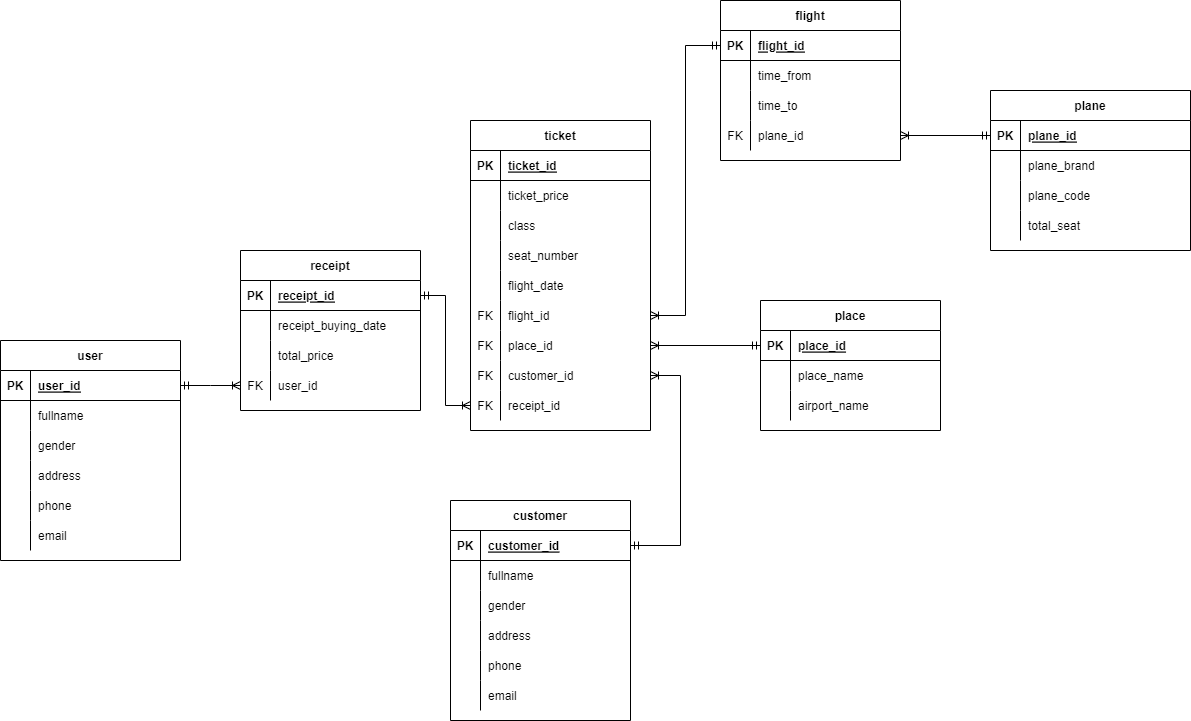
Earlier version of the draw.io export database/Database.png (GumBox/CloudAirlineG8). Source tidied: cells renumbered, new cells last; positions are measured from the earlier drawing's top-left corner, leaving out a move shared by most shapes.
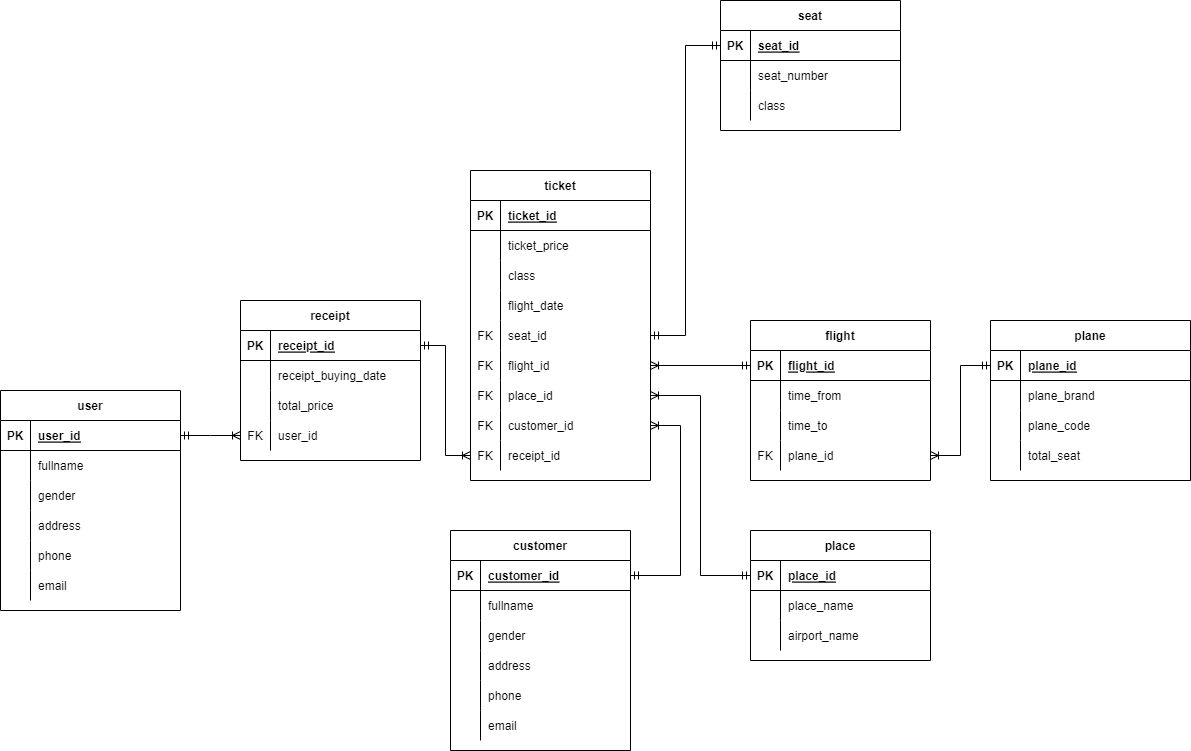
After the commit.

Diff of the diagram source:
```diff
@@ -3,7 +3,7 @@
     <mxCell id="0" />
     <mxCell id="1" parent="0" />
     <mxCell id="2" value="customer" style="shape=table;startSize=30;rowLines=0;fontStyle=1;align=center;" parent="1" vertex="1">
-      <mxGeometry x="450" y="500" width="180" height="220" as="geometry" />
+      <mxGeometry x="450" y="480" width="180" height="220" as="geometry" />
     </mxCell>
     <mxCell id="3" style="shape=tableRow;horizontal=0;startSize=0;swimlaneHead=0;swimlaneBody=0;fillColor=none;points=[[0,0.5],[1,0.5]];portConstraint=eastwest;top=0;left=0;right=0;bottom=1;" parent="2" vertex="1">
       <mxGeometry y="30" width="180" height="30" as="geometry" />
@@ -89,24 +89,24 @@
     <mxCell id="30" value="class" style="shape=partialRectangle;fillColor=none;top=0;left=0;bottom=0;right=0;align=left;spacingLeft=6;overflow=hidden;" parent="28" vertex="1">
       <mxGeometry x="30" width="150" height="30" as="geometry" />
     </mxCell>
+    <mxCell id="34" style="shape=tableRow;horizontal=0;startSize=0;swimlaneHead=0;swimlaneBody=0;fillColor=none;top=0;left=0;right=0;bottom=0;" parent="21" vertex="1">
+      <mxGeometry y="120" width="180" height="30" as="geometry" />
+    </mxCell>
+    <mxCell id="35" style="shape=partialRectangle;fillColor=none;top=0;left=0;bottom=0;right=0;overflow=hidden;" parent="34" vertex="1">
+      <mxGeometry width="30" height="30" as="geometry" />
+    </mxCell>
+    <mxCell id="36" value="flight_date" style="shape=partialRectangle;fillColor=none;top=0;left=0;bottom=0;right=0;align=left;spacingLeft=6;overflow=hidden;" parent="34" vertex="1">
+      <mxGeometry x="30" width="150" height="30" as="geometry" />
+    </mxCell>
     <mxCell id="31" style="shape=tableRow;horizontal=0;startSize=0;swimlaneHead=0;swimlaneBody=0;fillColor=none;points=[[0,0.5],[1,0.5]];portConstraint=eastwest;top=0;left=0;right=0;bottom=0;" parent="21" vertex="1">
-      <mxGeometry y="120" width="180" height="30" as="geometry" />
+      <mxGeometry y="150" width="180" height="30" as="geometry" />
     </mxCell>
-    <mxCell id="32" style="shape=partialRectangle;fillColor=none;top=0;left=0;bottom=0;right=0;overflow=hidden;" parent="31" vertex="1">
+    <mxCell id="32" value="FK" style="shape=partialRectangle;fillColor=none;top=0;left=0;bottom=0;right=0;overflow=hidden;" parent="31" vertex="1">
       <mxGeometry width="30" height="30" as="geometry" />
     </mxCell>
-    <mxCell id="33" value="seat_number" style="shape=partialRectangle;fillColor=none;top=0;left=0;bottom=0;right=0;align=left;spacingLeft=6;overflow=hidden;" parent="31" vertex="1">
+    <mxCell id="33" value="seat_id" style="shape=partialRectangle;fillColor=none;top=0;left=0;bottom=0;right=0;align=left;spacingLeft=6;overflow=hidden;" parent="31" vertex="1">
       <mxGeometry x="30" width="150" height="30" as="geometry" />
     </mxCell>
-    <mxCell id="34" style="shape=tableRow;horizontal=0;startSize=0;swimlaneHead=0;swimlaneBody=0;fillColor=none;top=0;left=0;right=0;bottom=0;" parent="21" vertex="1">
-      <mxGeometry y="150" width="180" height="30" as="geometry" />
-    </mxCell>
-    <mxCell id="35" style="shape=partialRectangle;fillColor=none;top=0;left=0;bottom=0;right=0;overflow=hidden;" parent="34" vertex="1">
-      <mxGeometry width="30" height="30" as="geometry" />
-    </mxCell>
-    <mxCell id="36" value="flight_date" style="shape=partialRectangle;fillColor=none;top=0;left=0;bottom=0;right=0;align=left;spacingLeft=6;overflow=hidden;" parent="34" vertex="1">
-      <mxGeometry x="30" width="150" height="30" as="geometry" />
-    </mxCell>
     <mxCell id="37" style="shape=tableRow;horizontal=0;startSize=0;swimlaneHead=0;swimlaneBody=0;fillColor=none;points=[[0,0.5],[1,0.5]];portConstraint=eastwest;top=0;left=0;right=0;bottom=0;" parent="21" vertex="1">
       <mxGeometry y="180" width="180" height="30" as="geometry" />
     </mxCell>
@@ -144,7 +144,7 @@
       <mxGeometry x="30" width="150" height="30" as="geometry" />
     </mxCell>
     <mxCell id="49" value="flight" style="shape=table;startSize=30;rowLines=0;fontStyle=1;align=center;verticalAlign=middle;" parent="1" vertex="1">
-      <mxGeometry x="720" width="180" height="160" as="geometry" />
+      <mxGeometry x="750" y="270" width="180" height="160" as="geometry" />
     </mxCell>
     <mxCell id="50" style="shape=tableRow;horizontal=0;startSize=0;swimlaneHead=0;swimlaneBody=0;fillColor=none;points=[[0,0.5],[1,0.5]];portConstraint=eastwest;top=0;left=0;right=0;bottom=1;" parent="49" vertex="1">
       <mxGeometry y="30" width="180" height="30" as="geometry" />
@@ -183,7 +183,7 @@
       <mxGeometry x="30" width="150" height="30" as="geometry" />
     </mxCell>
     <mxCell id="62" value="place" style="shape=table;startSize=30;rowLines=0;fontStyle=1;align=center;verticalAlign=middle;" parent="1" vertex="1">
-      <mxGeometry x="760" y="300" width="180" height="130" as="geometry" />
+      <mxGeometry x="750" y="480" width="180" height="130" as="geometry" />
     </mxCell>
     <mxCell id="63" style="shape=tableRow;horizontal=0;startSize=0;swimlaneHead=0;swimlaneBody=0;fillColor=none;points=[[0,0.5],[1,0.5]];portConstraint=eastwest;top=0;left=0;right=0;bottom=1;" parent="62" vertex="1">
       <mxGeometry y="30" width="180" height="30" as="geometry" />
@@ -321,7 +321,7 @@
       <mxGeometry relative="1" as="geometry" />
     </mxCell>
     <mxCell id="108" value="plane" style="shape=table;startSize=30;rowLines=0;fontStyle=1;align=center;verticalAlign=middle;" parent="1" vertex="1">
-      <mxGeometry x="990" y="90" width="200" height="160" as="geometry" />
+      <mxGeometry x="990" y="270" width="200" height="160" as="geometry" />
     </mxCell>
     <mxCell id="109" style="shape=tableRow;horizontal=0;startSize=0;swimlaneHead=0;swimlaneBody=0;fillColor=none;points=[[0,0.5],[1,0.5]];portConstraint=eastwest;top=0;left=0;right=0;bottom=1;" parent="108" vertex="1">
       <mxGeometry y="30" width="200" height="30" as="geometry" />
@@ -365,5 +365,38 @@
     <mxCell id="122" style="fontSize=12;html=1;endArrow=ERoneToMany;startArrow=ERmandOne;rounded=0;edgeStyle=orthogonalEdgeStyle;" parent="1" edge="1" source="50" target="37">
       <mxGeometry relative="1" as="geometry" />
     </mxCell>
+    <mxCell id="123" value="seat" style="shape=table;startSize=30;rowLines=0;fontStyle=1;align=center;verticalAlign=middle;" parent="1" vertex="1">
+      <mxGeometry x="720" y="-50" width="180" height="130" as="geometry" />
+    </mxCell>
+    <mxCell id="124" style="shape=tableRow;horizontal=0;startSize=0;swimlaneHead=0;swimlaneBody=0;fillColor=none;points=[[0,0.5],[1,0.5]];portConstraint=eastwest;top=0;left=0;right=0;bottom=1;" parent="123" vertex="1">
+      <mxGeometry y="30" width="180" height="30" as="geometry" />
+    </mxCell>
+    <mxCell id="125" value="PK" style="shape=partialRectangle;fillColor=none;top=0;left=0;bottom=0;right=0;fontStyle=1;overflow=hidden;" parent="124" vertex="1">
+      <mxGeometry width="30" height="30" as="geometry" />
+    </mxCell>
+    <mxCell id="126" value="seat_id" style="shape=partialRectangle;fillColor=none;top=0;left=0;bottom=0;right=0;align=left;spacingLeft=6;fontStyle=5;overflow=hidden;" parent="124" vertex="1">
+      <mxGeometry x="30" width="150" height="30" as="geometry" />
+    </mxCell>
+    <mxCell id="127" style="shape=tableRow;horizontal=0;startSize=0;swimlaneHead=0;swimlaneBody=0;fillColor=none;top=0;left=0;right=0;bottom=0;" parent="123" vertex="1">
+      <mxGeometry y="60" width="180" height="30" as="geometry" />
+    </mxCell>
+    <mxCell id="128" style="shape=partialRectangle;fillColor=none;top=0;left=0;bottom=0;right=0;overflow=hidden;" parent="127" vertex="1">
+      <mxGeometry width="30" height="30" as="geometry" />
+    </mxCell>
+    <mxCell id="129" value="seat_number" style="shape=partialRectangle;fillColor=none;top=0;left=0;bottom=0;right=0;align=left;spacingLeft=6;overflow=hidden;" parent="127" vertex="1">
+      <mxGeometry x="30" width="150" height="30" as="geometry" />
+    </mxCell>
+    <mxCell id="130" style="shape=tableRow;horizontal=0;startSize=0;swimlaneHead=0;swimlaneBody=0;fillColor=none;top=0;left=0;right=0;bottom=0;" parent="123" vertex="1">
+      <mxGeometry y="90" width="180" height="30" as="geometry" />
+    </mxCell>
+    <mxCell id="131" style="shape=partialRectangle;fillColor=none;top=0;left=0;bottom=0;right=0;overflow=hidden;" parent="130" vertex="1">
+      <mxGeometry width="30" height="30" as="geometry" />
+    </mxCell>
+    <mxCell id="132" value="class" style="shape=partialRectangle;fillColor=none;top=0;left=0;bottom=0;right=0;align=left;spacingLeft=6;overflow=hidden;" parent="130" vertex="1">
+      <mxGeometry x="30" width="150" height="30" as="geometry" />
+    </mxCell>
+    <mxCell id="133" style="edgeStyle=orthogonalEdgeStyle;fontSize=12;html=1;endArrow=ERmandOne;startArrow=ERmandOne;rounded=0;" parent="1" edge="1" source="31" target="124">
+      <mxGeometry relative="1" as="geometry" />
+    </mxCell>
   </root>
 </mxGraphModel>
```
